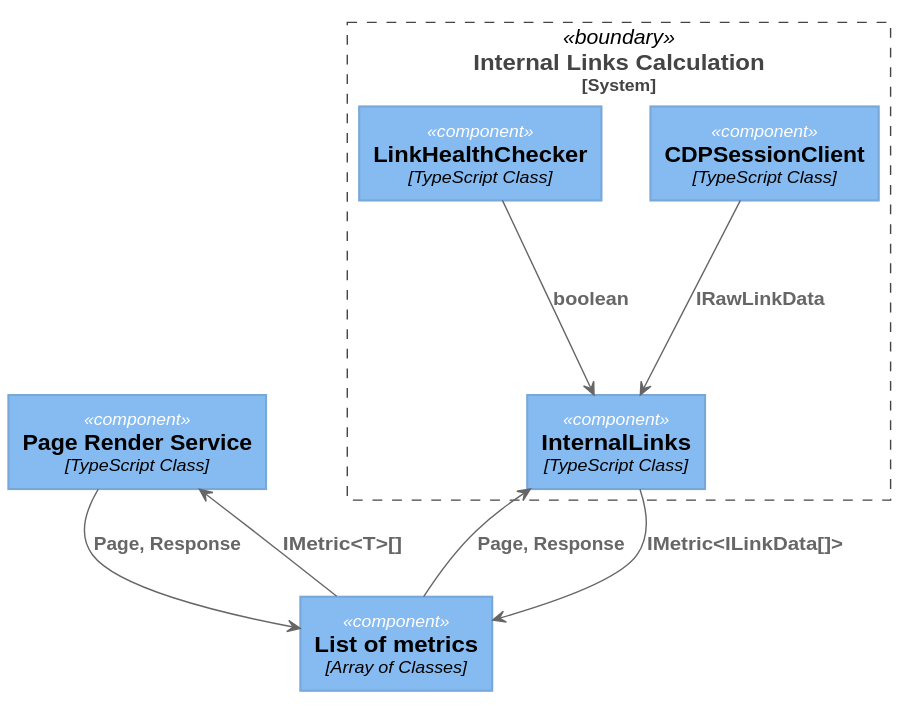
Above: designs/out/designs/metrics/internal-links.svg in ali-habibzadeh/top10-seo-list-for-developers (PlantUML), before the change.
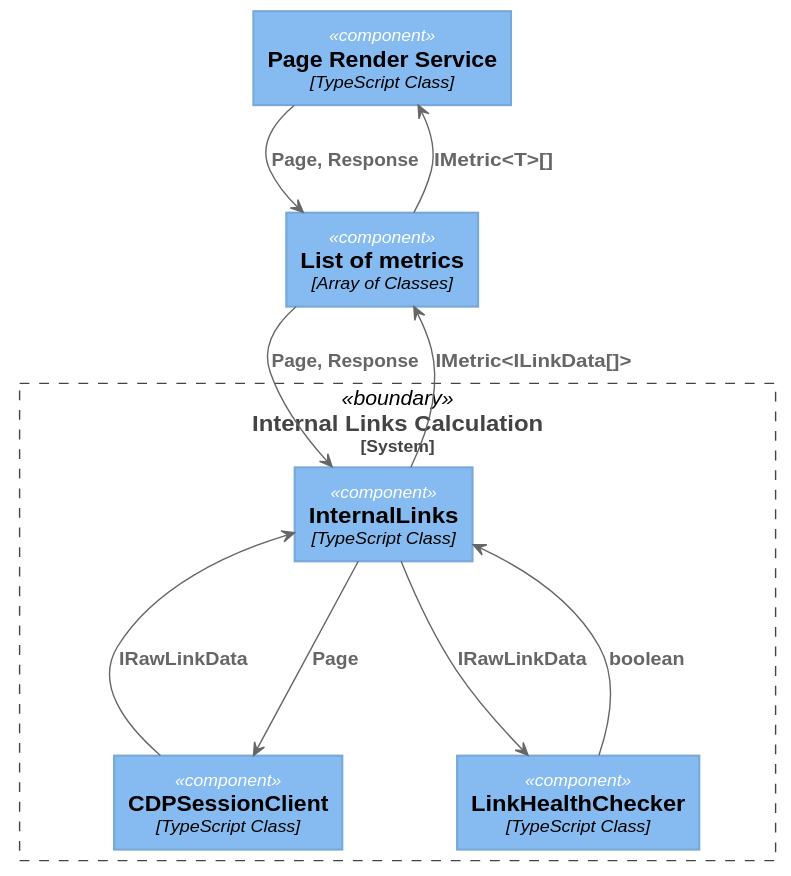
The same file after the commit.

Diff of the diagram source:
```diff
@@ -457,7 +457,9 @@
     InternalLinks --> metricsList : "===IMetric<ILinkData[]>"
     metricsList --> InternalLinks : "===Page, Response"
     CDPSessionClient --> InternalLinks : "===IRawLinkData"
+    InternalLinks --> CDPSessionClient : "===Page"
     LinkHealthChecker --> InternalLinks : "===boolean"
+    InternalLinks --> LinkHealthChecker : "===IRawLinkData"
 }
 
 @enduml
```
